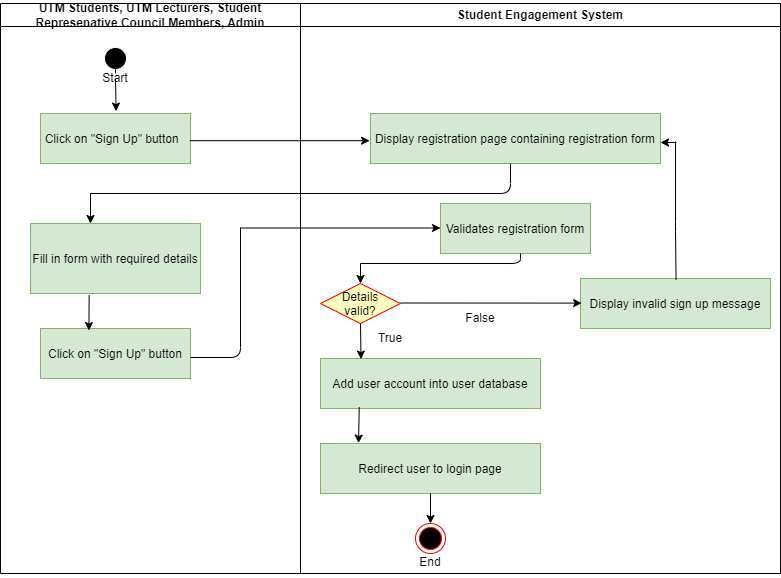
Above: project/drawio/Systema/signupactivitydiagram.png in drshahizan/software-engineering (draw.io), before the change. Source tidied: cells renumbered, new cells last; positions are measured from the earlier drawing's top-left corner, leaving out a move shared by most shapes. Its diagram source:
```xml
<mxGraphModel background="#FFFFFF">
  <root>
    <mxCell id="0" />
    <mxCell id="1" parent="0" />
    <mxCell id="2" value="UTM Students, UTM Lecturers, Student Represenative Council Members, Admin" style="swimlane;whiteSpace=wrap;" parent="1" vertex="1">
      <mxGeometry width="300" height="570" as="geometry" />
    </mxCell>
    <mxCell id="3" style="edgeStyle=none;html=1;exitX=0.5;exitY=1;exitDx=0;exitDy=0;entryX=0.504;entryY=-0.048;entryDx=0;entryDy=0;entryPerimeter=0;startArrow=none;" parent="2" edge="1" source="9" target="5">
      <mxGeometry relative="1" as="geometry" />
    </mxCell>
    <mxCell id="4" style="ellipse;shape=startState;fillColor=#000000;strokeColor=#FFFFFF;" parent="2" vertex="1">
      <mxGeometry x="100" y="40" width="30" height="30" as="geometry" />
    </mxCell>
    <mxCell id="5" value="Click on &quot;Sign Up&quot; button  " style="fillColor=#d5e8d4;strokeColor=#82b366;" parent="2" vertex="1">
      <mxGeometry x="40" y="110" width="150" height="50" as="geometry" />
    </mxCell>
    <mxCell id="6" value="Fill in form with required details" style="fillColor=#d5e8d4;strokeColor=#82b366;" parent="2" vertex="1">
      <mxGeometry x="30" y="220" width="170" height="70" as="geometry" />
    </mxCell>
    <mxCell id="7" value="Click on &quot;Sign Up&quot; button" style="fillColor=#d5e8d4;strokeColor=#82b366;" parent="2" vertex="1">
      <mxGeometry x="40" y="325" width="150" height="50" as="geometry" />
    </mxCell>
    <mxCell id="8" style="edgeStyle=none;html=1;exitX=0.5;exitY=1;exitDx=0;exitDy=0;entryX=0.504;entryY=-0.048;entryDx=0;entryDy=0;entryPerimeter=0;endArrow=none;" parent="2" edge="1" source="4" target="9">
      <mxGeometry relative="1" as="geometry" />
    </mxCell>
    <mxCell id="9" value="Start" style="text;strokeColor=none;align=center;fillColor=none;html=1;verticalAlign=middle;whiteSpace=wrap;rounded=0;" parent="2" vertex="1">
      <mxGeometry x="85" y="60" width="60" height="30" as="geometry" />
    </mxCell>
    <mxCell id="10" value="Student Engagement System" style="swimlane;whiteSpace=wrap;" parent="1" vertex="1">
      <mxGeometry x="300" width="480" height="570" as="geometry" />
    </mxCell>
    <mxCell id="11" value="Display registration page containing registration form" style="fillColor=#d5e8d4;strokeColor=#82b366;" parent="10" vertex="1">
      <mxGeometry x="70" y="110" width="290" height="50" as="geometry" />
    </mxCell>
    <mxCell id="12" value="Validates registration form" style="fillColor=#d5e8d4;strokeColor=#82b366;" parent="10" vertex="1">
      <mxGeometry x="140" y="200" width="150" height="50" as="geometry" />
    </mxCell>
    <mxCell id="13" value="Add user account into user database" style="fillColor=#d5e8d4;strokeColor=#82b366;" parent="10" vertex="1">
      <mxGeometry x="20" y="355" width="220" height="50" as="geometry" />
    </mxCell>
    <mxCell id="14" value="Details &#10;valid?" style="rhombus;fillColor=#ffffc0;strokeColor=#ff0000;" parent="10" vertex="1">
      <mxGeometry x="20" y="280" width="80" height="40" as="geometry" />
    </mxCell>
    <mxCell id="15" value="Display invalid sign up message" style="fillColor=#d5e8d4;strokeColor=#82b366;" parent="10" vertex="1">
      <mxGeometry x="280" y="275" width="190" height="50" as="geometry" />
    </mxCell>
    <mxCell id="16" value="Redirect user to login page" style="fillColor=#d5e8d4;strokeColor=#82b366;" parent="10" vertex="1">
      <mxGeometry x="20" y="440" width="220" height="50" as="geometry" />
    </mxCell>
    <mxCell id="17" style="ellipse;html=1;shape=endState;fillColor=#000000;strokeColor=#ff0000;" parent="10" vertex="1">
      <mxGeometry x="115" y="520" width="30" height="30" as="geometry" />
    </mxCell>
    <mxCell id="18" style="endArrow=none;html=1;" parent="10" edge="1">
      <mxGeometry relative="1" as="geometry">
        <mxPoint x="-210" y="190" as="sourcePoint" />
        <mxPoint x="210" y="160" as="targetPoint" />
        <Array as="points">
          <mxPoint x="210" y="190" />
        </Array>
      </mxGeometry>
    </mxCell>
    <mxCell id="19" style="edgeStyle=none;html=1;exitX=0.995;exitY=0.544;exitDx=0;exitDy=0;entryX=-0.003;entryY=0.544;entryDx=0;entryDy=0;entryPerimeter=0;exitPerimeter=0;" parent="10" edge="1">
      <mxGeometry relative="1" as="geometry">
        <mxPoint x="-59.9" y="224.5" as="sourcePoint" />
        <mxPoint x="140" y="224.5" as="targetPoint" />
      </mxGeometry>
    </mxCell>
    <mxCell id="20" style="endArrow=none;html=1;" parent="10" edge="1">
      <mxGeometry relative="1" as="geometry">
        <mxPoint x="-110" y="354" as="sourcePoint" />
        <mxPoint x="-60" y="224" as="targetPoint" />
        <Array as="points">
          <mxPoint x="-60" y="354" />
        </Array>
      </mxGeometry>
    </mxCell>
    <mxCell id="21" style="edgeStyle=none;html=1;entryX=0.504;entryY=-0.048;entryDx=0;entryDy=0;entryPerimeter=0;" parent="10" edge="1">
      <mxGeometry relative="1" as="geometry">
        <mxPoint x="60" y="260" as="sourcePoint" />
        <mxPoint x="60" y="280" as="targetPoint" />
      </mxGeometry>
    </mxCell>
    <mxCell id="22" style="endArrow=none;html=1;" parent="10" edge="1">
      <mxGeometry relative="1" as="geometry">
        <mxPoint x="60" y="260" as="sourcePoint" />
        <mxPoint x="220" y="250" as="targetPoint" />
        <Array as="points">
          <mxPoint x="220" y="260" />
        </Array>
      </mxGeometry>
    </mxCell>
    <mxCell id="23" style="edgeStyle=none;html=1;exitX=0.995;exitY=0.544;exitDx=0;exitDy=0;exitPerimeter=0;entryX=0.006;entryY=0.492;entryDx=0;entryDy=0;entryPerimeter=0;" parent="10" edge="1" target="15">
      <mxGeometry relative="1" as="geometry">
        <mxPoint x="100" y="299.5" as="sourcePoint" />
      </mxGeometry>
    </mxCell>
    <mxCell id="24" style="edgeStyle=none;html=1;exitX=0.5;exitY=1;exitDx=0;exitDy=0;entryX=0.184;entryY=0.012;entryDx=0;entryDy=0;entryPerimeter=0;" parent="10" edge="1" source="14" target="13">
      <mxGeometry relative="1" as="geometry" />
    </mxCell>
    <mxCell id="25" style="edgeStyle=none;html=1;exitX=0.176;exitY=0.972;exitDx=0;exitDy=0;exitPerimeter=0;entryX=0.173;entryY=-0.008;entryDx=0;entryDy=0;entryPerimeter=0;" parent="10" edge="1" source="13" target="16">
      <mxGeometry relative="1" as="geometry" />
    </mxCell>
    <mxCell id="26" style="edgeStyle=none;html=1;entryX=0.5;entryY=0;entryDx=0;entryDy=0;" parent="10" edge="1" target="17">
      <mxGeometry relative="1" as="geometry">
        <mxPoint x="130" y="490" as="sourcePoint" />
      </mxGeometry>
    </mxCell>
    <mxCell id="27" style="endArrow=none;html=1;entryX=0.503;entryY=0.06;entryDx=0;entryDy=0;entryPerimeter=0;" parent="10" edge="1">
      <mxGeometry relative="1" as="geometry">
        <mxPoint x="375" y="138" as="sourcePoint" />
        <mxPoint x="375.6" y="276" as="targetPoint" />
        <Array as="points">
          <mxPoint x="375" y="228" />
        </Array>
      </mxGeometry>
    </mxCell>
    <mxCell id="28" value="True" style="text;strokeColor=none;align=center;fillColor=none;html=1;verticalAlign=middle;whiteSpace=wrap;rounded=0;" parent="10" vertex="1">
      <mxGeometry x="60" y="320" width="60" height="30" as="geometry" />
    </mxCell>
    <mxCell id="29" value="False" style="text;strokeColor=none;align=center;fillColor=none;html=1;verticalAlign=middle;whiteSpace=wrap;rounded=0;" parent="10" vertex="1">
      <mxGeometry x="150" y="300" width="60" height="30" as="geometry" />
    </mxCell>
    <mxCell id="30" value="End" style="text;strokeColor=none;align=center;fillColor=none;html=1;verticalAlign=middle;whiteSpace=wrap;rounded=0;" parent="10" vertex="1">
      <mxGeometry x="100" y="544" width="60" height="30" as="geometry" />
    </mxCell>
    <mxCell id="31" style="edgeStyle=none;html=1;exitX=0.995;exitY=0.544;exitDx=0;exitDy=0;entryX=-0.003;entryY=0.544;entryDx=0;entryDy=0;entryPerimeter=0;exitPerimeter=0;" parent="1" edge="1" source="5" target="11">
      <mxGeometry relative="1" as="geometry" />
    </mxCell>
    <mxCell id="32" style="edgeStyle=none;html=1;" parent="1" edge="1">
      <mxGeometry relative="1" as="geometry">
        <mxPoint x="90" y="190" as="sourcePoint" />
        <mxPoint x="90" y="220" as="targetPoint" />
      </mxGeometry>
    </mxCell>
    <mxCell id="33" style="edgeStyle=none;html=1;entryX=0.316;entryY=0.04;entryDx=0;entryDy=0;entryPerimeter=0;exitX=0.345;exitY=1.022;exitDx=0;exitDy=0;exitPerimeter=0;" parent="1" edge="1" source="6">
      <mxGeometry relative="1" as="geometry">
        <mxPoint x="88.4" y="327" as="targetPoint" />
      </mxGeometry>
    </mxCell>
    <mxCell id="34" style="edgeStyle=none;html=1;" parent="1" edge="1">
      <mxGeometry relative="1" as="geometry">
        <mxPoint x="676" y="139" as="sourcePoint" />
        <mxPoint x="660" y="139" as="targetPoint" />
      </mxGeometry>
    </mxCell>
  </root>
</mxGraphModel>
```
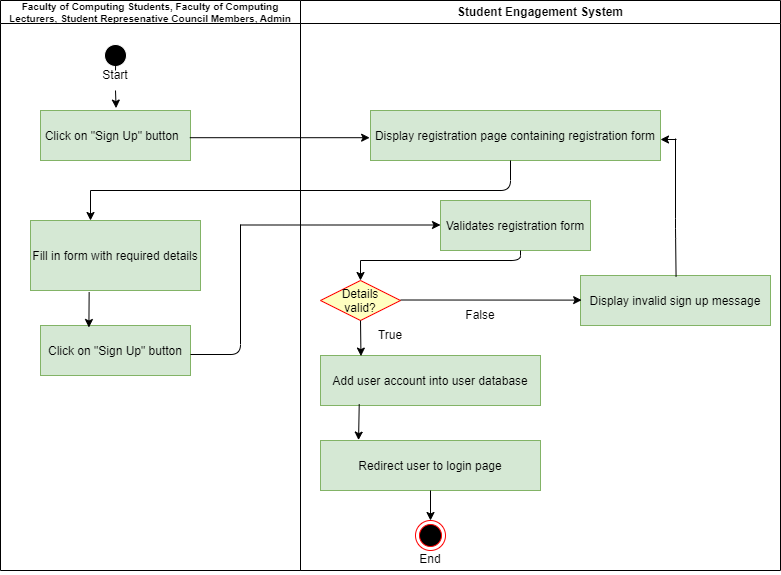
The same diagram one commit later.

The edit, as a diff of the source:
```diff
@@ -2,7 +2,7 @@
   <root>
     <mxCell id="0" />
     <mxCell id="1" parent="0" />
-    <mxCell id="2" value="UTM Students, UTM Lecturers, Student Represenative Council Members, Admin" style="swimlane;whiteSpace=wrap;" parent="1" vertex="1">
+    <mxCell id="2" value="Faculty of Computing Students, Faculty of Computing Lecturers, Student Represenative Council Members, Admin" style="swimlane;whiteSpace=wrap;fontSize=10;" parent="1" vertex="1">
       <mxGeometry width="300" height="570" as="geometry" />
     </mxCell>
     <mxCell id="3" style="edgeStyle=none;html=1;exitX=0.5;exitY=1;exitDx=0;exitDy=0;entryX=0.504;entryY=-0.048;entryDx=0;entryDy=0;entryPerimeter=0;startArrow=none;" parent="2" edge="1" source="9" target="5">
@@ -26,7 +26,7 @@
     <mxCell id="9" value="Start" style="text;strokeColor=none;align=center;fillColor=none;html=1;verticalAlign=middle;whiteSpace=wrap;rounded=0;" parent="2" vertex="1">
       <mxGeometry x="85" y="60" width="60" height="30" as="geometry" />
     </mxCell>
-    <mxCell id="10" value="Student Engagement System" style="swimlane;whiteSpace=wrap;" parent="1" vertex="1">
+    <mxCell id="10" value="Student Engagement System" style="swimlane;whiteSpace=wrap;startSize=23;" parent="1" vertex="1">
       <mxGeometry x="300" width="480" height="570" as="geometry" />
     </mxCell>
     <mxCell id="11" value="Display registration page containing registration form" style="fillColor=#d5e8d4;strokeColor=#82b366;" parent="10" vertex="1">
```
